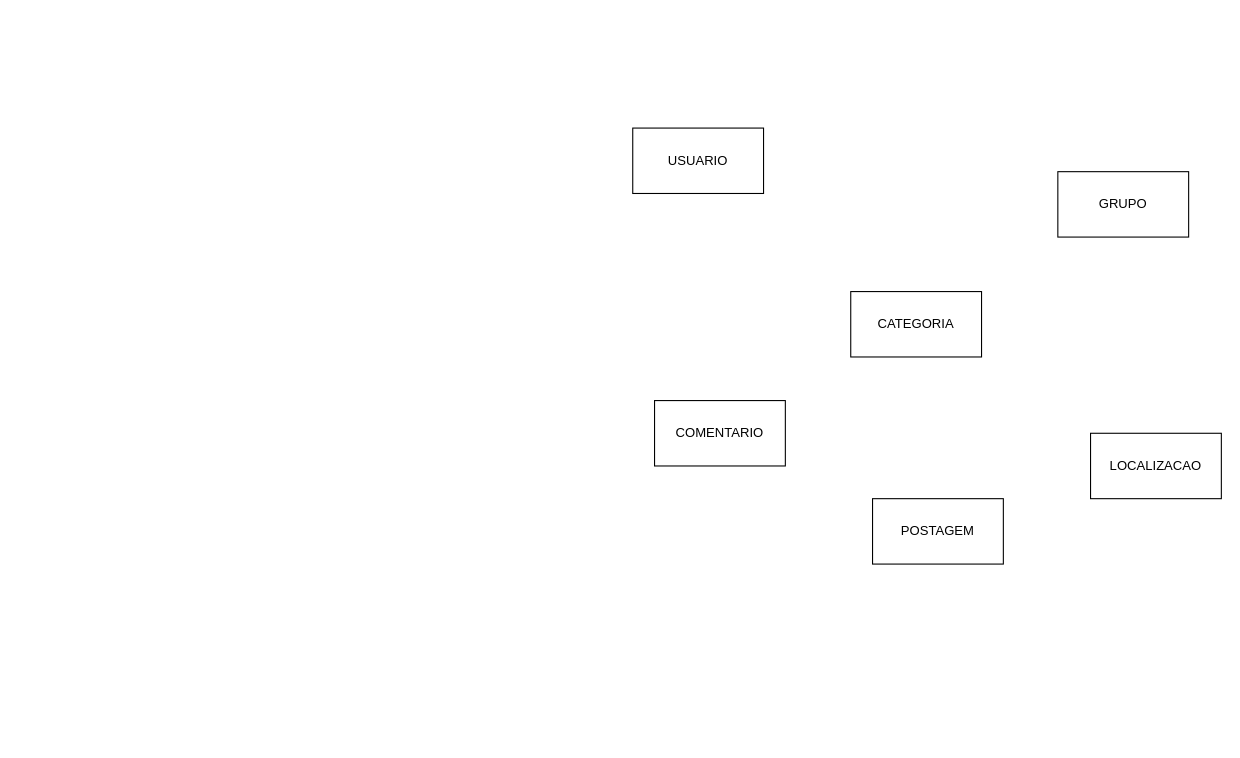
This is LEOBDATV3-2.drawio from Konitch/Diagram, a draw.io file, before an edit. Source tidied: cells renumbered, new cells numbered last; positions are measured from the earlier drawing's top-left corner, leaving out a move shared by most shapes. Both pictures are drawn from the tidied source at 109%, with x=0, y=0 at pixel (632, 128).
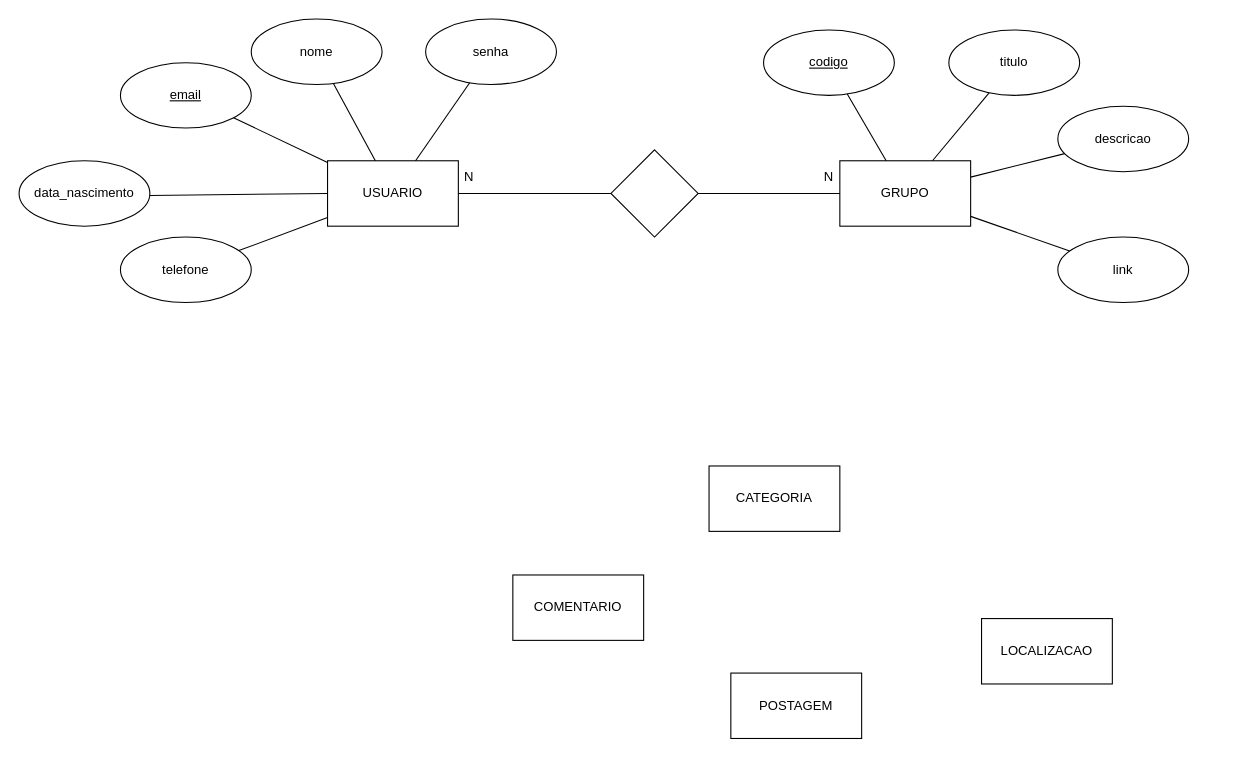
The same page after the edit.

The edit, as a diff of the source:
```diff
@@
     <mxCell id="2" value="CATEGORIA" style="rounded=0;whiteSpace=wrap;html=1;" parent="1" vertex="1">
-      <mxGeometry x="200" y="150" width="120" height="60" as="geometry" />
+      <mxGeometry x="70" y="310" width="120" height="60" as="geometry" />
     </mxCell>
     <mxCell id="3" value="USUARIO" style="rounded=0;whiteSpace=wrap;html=1;" parent="1" vertex="1">
-      <mxGeometry width="120" height="60" as="geometry" />
+      <mxGeometry x="-280" y="30" width="120" height="60" as="geometry" />
     </mxCell>
     <mxCell id="4" value="GRUPO" style="rounded=0;whiteSpace=wrap;html=1;" parent="1" vertex="1">
-      <mxGeometry x="390" y="40" width="120" height="60" as="geometry" />
+      <mxGeometry x="190" y="30" width="120" height="60" as="geometry" />
     </mxCell>
     <mxCell id="5" value="COMENTARIO" style="rounded=0;whiteSpace=wrap;html=1;" parent="1" vertex="1">
-      <mxGeometry x="20" y="250" width="120" height="60" as="geometry" />
+      <mxGeometry x="-110" y="410" width="120" height="60" as="geometry" />
     </mxCell>
     <mxCell id="6" value="LOCALIZACAO" style="rounded=0;whiteSpace=wrap;html=1;" parent="1" vertex="1">
-      <mxGeometry x="420" y="280" width="120" height="60" as="geometry" />
+      <mxGeometry x="320" y="450" width="120" height="60" as="geometry" />
     </mxCell>
     <mxCell id="7" value="POSTAGEM" style="rounded=0;whiteSpace=wrap;html=1;" parent="1" vertex="1">
-      <mxGeometry x="220" y="340" width="120" height="60" as="geometry" />
+      <mxGeometry x="90" y="500" width="120" height="60" as="geometry" />
     </mxCell>
+    <mxCell id="8" value="&lt;u&gt;email&lt;/u&gt;" style="ellipse;whiteSpace=wrap;html=1;" parent="1" vertex="1">
+      <mxGeometry x="-470" y="-60" width="120" height="60" as="geometry" />
+    </mxCell>
+    <mxCell id="9" value="nome" style="ellipse;whiteSpace=wrap;html=1;" parent="1" vertex="1">
+      <mxGeometry x="-350" y="-100" width="120" height="60" as="geometry" />
+    </mxCell>
+    <mxCell id="10" value="data_nascimento" style="ellipse;whiteSpace=wrap;html=1;" parent="1" vertex="1">
+      <mxGeometry x="-563" y="30" width="120" height="60" as="geometry" />
+    </mxCell>
+    <mxCell id="11" value="telefone" style="ellipse;whiteSpace=wrap;html=1;" parent="1" vertex="1">
+      <mxGeometry x="-470" y="100" width="120" height="60" as="geometry" />
+    </mxCell>
+    <mxCell id="12" value="senha" style="ellipse;whiteSpace=wrap;html=1;" parent="1" vertex="1">
+      <mxGeometry x="-190" y="-100" width="120" height="60" as="geometry" />
+    </mxCell>
+    <mxCell id="13" style="endArrow=none;html=1;rounded=0;" parent="1" edge="1" source="11" target="3">
+      <mxGeometry relative="1" as="geometry" />
+    </mxCell>
+    <mxCell id="14" style="endArrow=none;html=1;rounded=0;" parent="1" edge="1" source="10" target="3">
+      <mxGeometry relative="1" as="geometry" />
+    </mxCell>
+    <mxCell id="15" style="endArrow=none;html=1;rounded=0;" parent="1" edge="1" source="8" target="3">
+      <mxGeometry relative="1" as="geometry" />
+    </mxCell>
+    <mxCell id="16" style="endArrow=none;html=1;rounded=0;" parent="1" edge="1" source="9" target="3">
+      <mxGeometry relative="1" as="geometry" />
+    </mxCell>
+    <mxCell id="17" style="endArrow=none;html=1;rounded=0;" parent="1" edge="1" source="12" target="3">
+      <mxGeometry relative="1" as="geometry" />
+    </mxCell>
+    <mxCell id="18" value="&lt;u&gt;codigo&lt;/u&gt;" style="ellipse;whiteSpace=wrap;html=1;" parent="1" vertex="1">
+      <mxGeometry x="120" y="-90" width="120" height="60" as="geometry" />
+    </mxCell>
+    <mxCell id="19" value="descricao" style="ellipse;whiteSpace=wrap;html=1;" parent="1" vertex="1">
+      <mxGeometry x="390" y="-20" width="120" height="60" as="geometry" />
+    </mxCell>
+    <mxCell id="20" value="titulo" style="ellipse;whiteSpace=wrap;html=1;" parent="1" vertex="1">
+      <mxGeometry x="290" y="-90" width="120" height="60" as="geometry" />
+    </mxCell>
+    <mxCell id="21" value="link" style="ellipse;whiteSpace=wrap;html=1;" parent="1" vertex="1">
+      <mxGeometry x="390" y="100" width="120" height="60" as="geometry" />
+    </mxCell>
+    <mxCell id="22" style="endArrow=none;html=1;rounded=0;" parent="1" edge="1" source="21" target="4">
+      <mxGeometry relative="1" as="geometry" />
+    </mxCell>
+    <mxCell id="23" style="endArrow=none;html=1;rounded=0;" parent="1" edge="1" source="4" target="19">
+      <mxGeometry relative="1" as="geometry" />
+    </mxCell>
+    <mxCell id="24" style="endArrow=none;html=1;rounded=0;" parent="1" edge="1" source="4" target="20">
+      <mxGeometry relative="1" as="geometry" />
+    </mxCell>
+    <mxCell id="25" style="endArrow=none;html=1;rounded=0;" parent="1" edge="1" source="4" target="18">
+      <mxGeometry relative="1" as="geometry" />
+    </mxCell>
+    <mxCell id="26" style="rhombus;whiteSpace=wrap;html=1;" parent="1" vertex="1">
+      <mxGeometry x="-20" y="20" width="80" height="80" as="geometry" />
+    </mxCell>
+    <mxCell id="27" style="endArrow=none;html=1;rounded=0;" parent="1" edge="1" source="26" target="4">
+      <mxGeometry relative="1" as="geometry" />
+    </mxCell>
+    <mxCell id="28" style="endArrow=none;html=1;rounded=0;" parent="1" edge="1" source="26" target="3">
+      <mxGeometry relative="1" as="geometry" />
+    </mxCell>
+    <mxCell id="29" value="N" style="text;html=1;align=center;verticalAlign=middle;whiteSpace=wrap;rounded=0;" parent="1" vertex="1">
+      <mxGeometry x="170" y="30" width="20" height="30" as="geometry" />
+    </mxCell>
+    <mxCell id="30" value="N" style="text;html=1;align=center;verticalAlign=middle;whiteSpace=wrap;rounded=0;" parent="1" vertex="1">
+      <mxGeometry x="-160" y="30" width="20" height="30" as="geometry" />
+    </mxCell>
```
